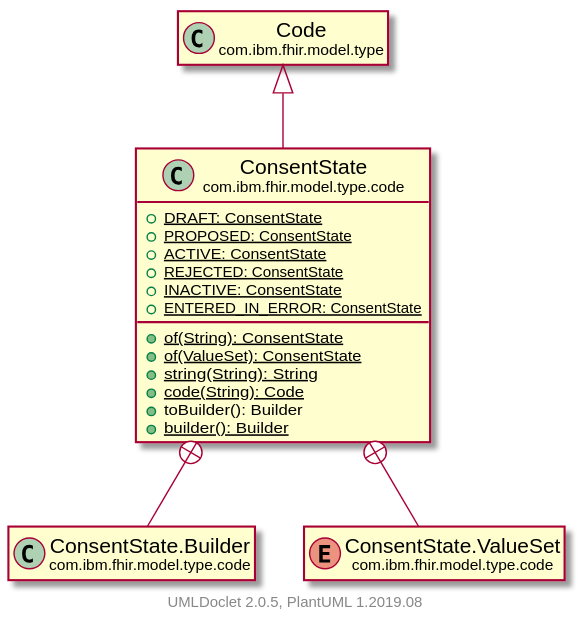
The PlantUML diagram javadocs/latest/com/ibm/fhir/model/type/code/ConsentState.svg in tumblewind/FHIR, before a commit.
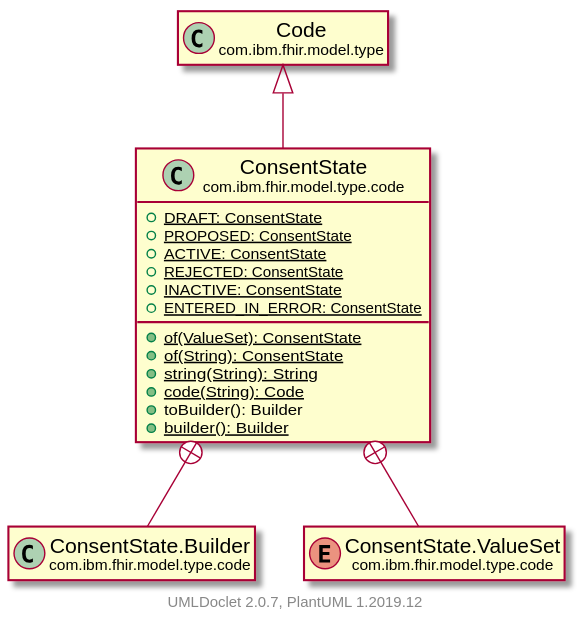
After the change.

What changed in the source:
```diff
@@ -10,8 +10,8 @@
         {static} +REJECTED: ConsentState
         {static} +INACTIVE: ConsentState
         {static} +ENTERED_IN_ERROR: ConsentState
+        {static} +of(ValueSet): ConsentState
         {static} +of(String): ConsentState
-        {static} +of(ValueSet): ConsentState
         {static} +string(String): String
         {static} +code(String): Code
         +toBuilder(): Builder
@@ -26,5 +26,5 @@
     com.ibm.fhir.model.type.code.ConsentState +-- com.ibm.fhir.model.type.code.ConsentState.Builder
     com.ibm.fhir.model.type.code.ConsentState +-- com.ibm.fhir.model.type.code.ConsentState.ValueSet
 
-    center footer UMLDoclet 2.0.5, PlantUML 1.2019.08
+    center footer UMLDoclet 2.0.7, PlantUML 1.2019.12
 @enduml
```
